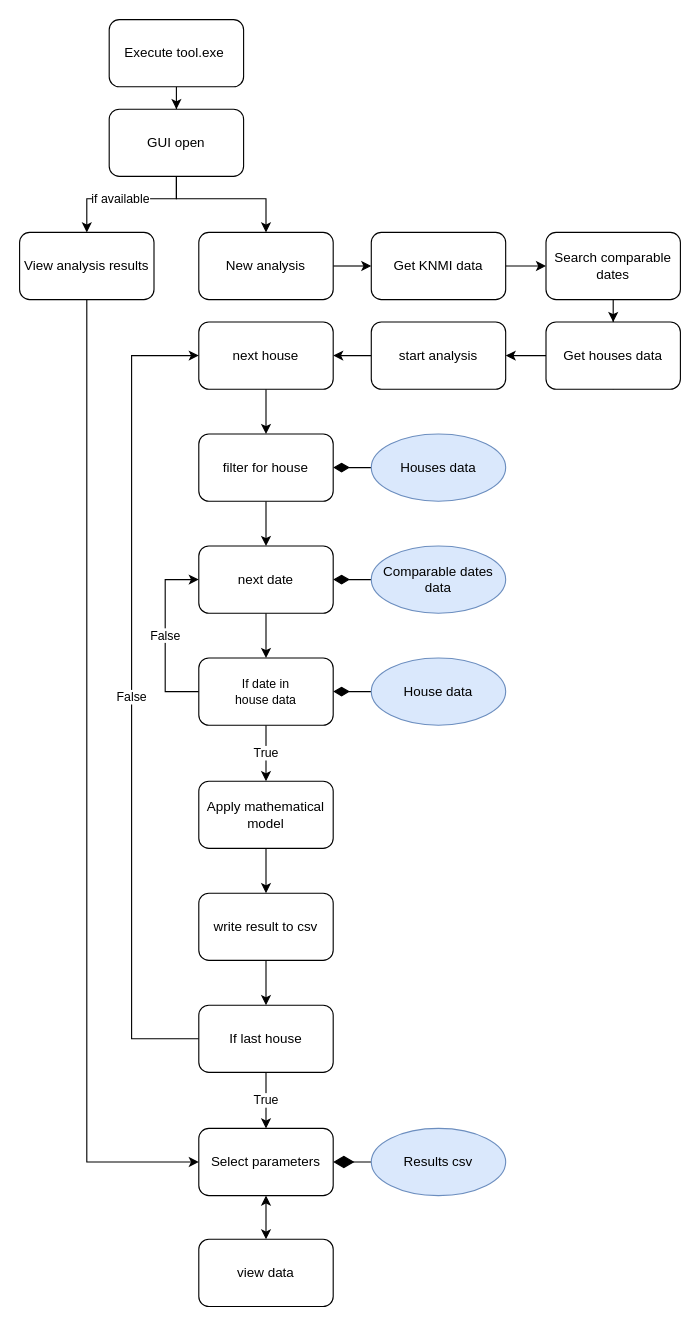
Luko-14/tool keeps this draw.io diagram as tool flowchart.drawio. Above is the earlier version. Source tidied: cells renumbered, new cells numbered last; positions are measured from the earlier drawing's top-left corner, leaving out a move shared by most shapes. Both pictures are drawn from the tidied source at 112%, with x=0, y=0 at pixel (19, 19).
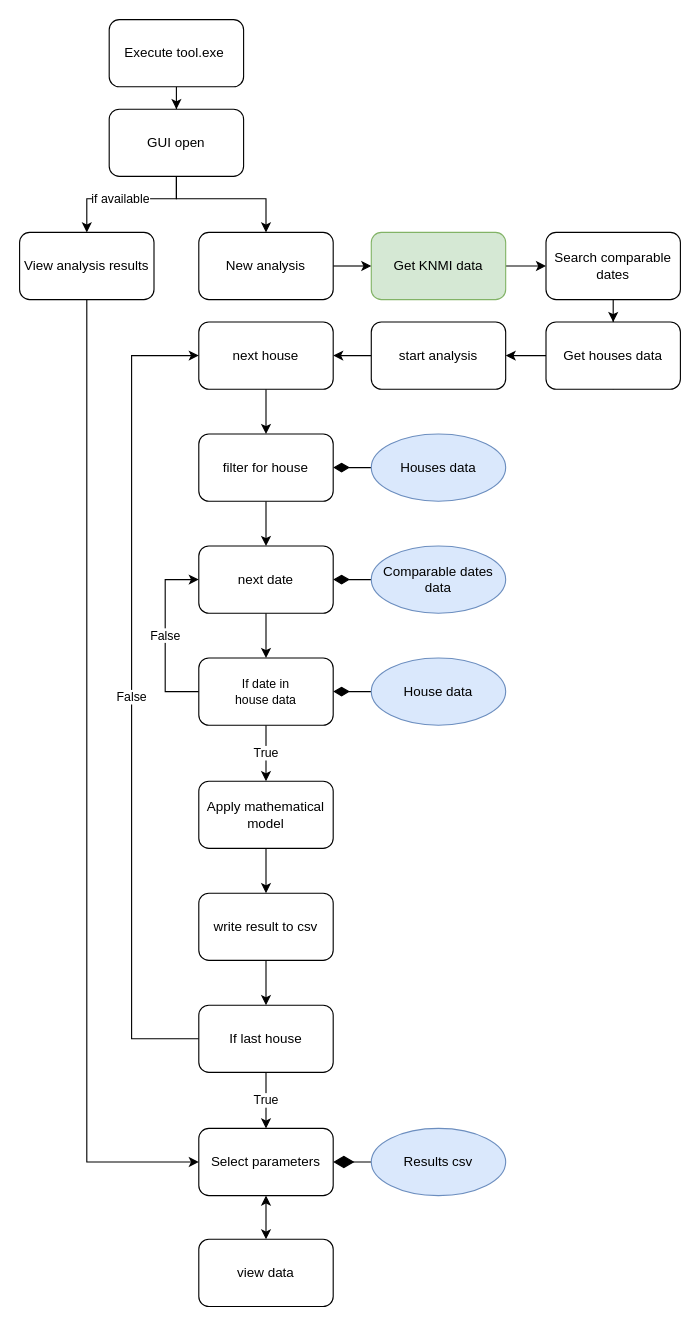
The same diagram, later.

The edit, as a diff of the source:
```diff
@@
-    <mxCell id="9" value="Get KNMI data" style="whiteSpace=wrap;html=1;rounded=1;" parent="1" vertex="1">
+    <mxCell id="9" value="Get KNMI data" style="whiteSpace=wrap;html=1;rounded=1;fillColor=#d5e8d4;strokeColor=#82b366;" parent="1" vertex="1">
       <mxGeometry x="314" y="190" width="120" height="60" as="geometry" />
     </mxCell>
```
